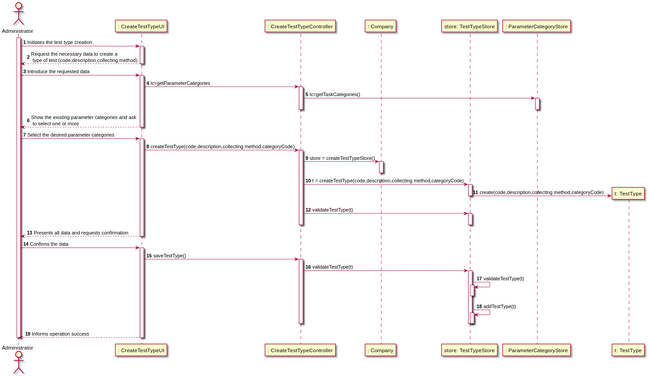
Earlier version of the PlantUML export docs/SprintB/US09/US09_SD.svg (manu-07-ela/LAPR2_ISEP).
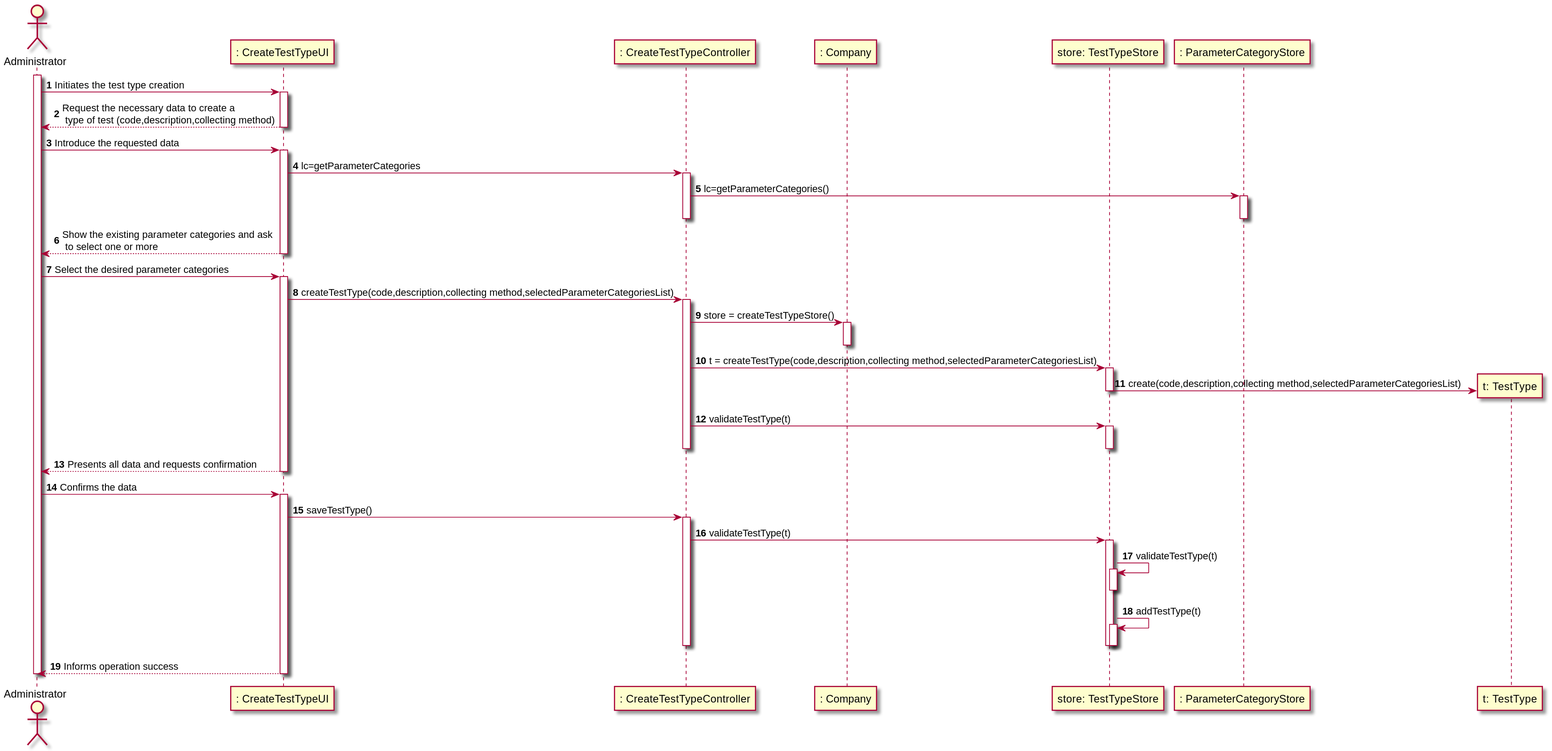
After the commit.

The edit, as a diff of the source:
```diff
@@ -19,7 +19,7 @@
 activate UI
 UI -> CTRL : lc=getParameterCategories
 activate CTRL
-CTRL -> PC : lc=getTaskCategories()
+CTRL -> PC : lc=getParameterCategories()
 activate PC
 deactivate PC
 deactivate CTRL
@@ -28,14 +28,14 @@
 
 Adm -> UI : Select the desired parameter categories
 activate UI
-UI -> CTRL : createTestType(code,description,collecting method,categoryCode)
+UI -> CTRL : createTestType(code,description,collecting method,selectedParameterCategoriesList)
 activate CTRL
 CTRL -> Comp : store = createTestTypeStore()
 activate Comp
 deactivate Comp
-CTRL -> str : t = createTestType(code,description,collecting method,categoryCode)
+CTRL -> str : t = createTestType(code,description,collecting method,selectedParameterCategoriesList)
 activate str
-str -> TT** : create(code,description,collecting method,categoryCode)
+str -> TT** : create(code,description,collecting method,selectedParameterCategoriesList)
 deactivate str
 CTRL -> str : validateTestType(t)
 activate str
```
